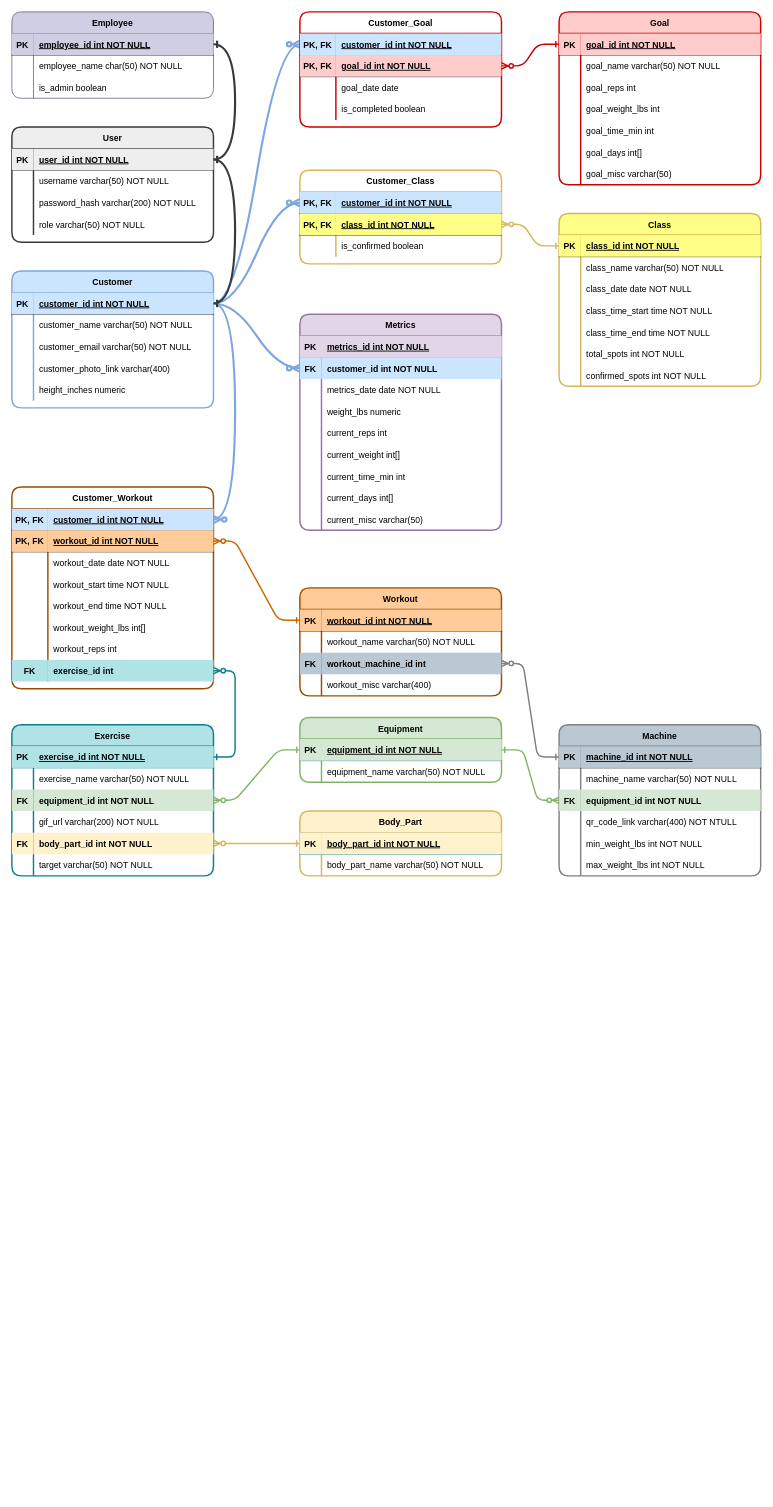
Before: WorkoutCompanion.drawio in kschuljak/kschuljak, a draw.io diagram. Source tidied: cells renumbered, new cells numbered last; positions are measured from the earlier drawing's top-left corner, leaving out a move shared by most shapes. Both pictures are drawn from the tidied source at 72%, with x=0, y=0 at pixel (12, 12).
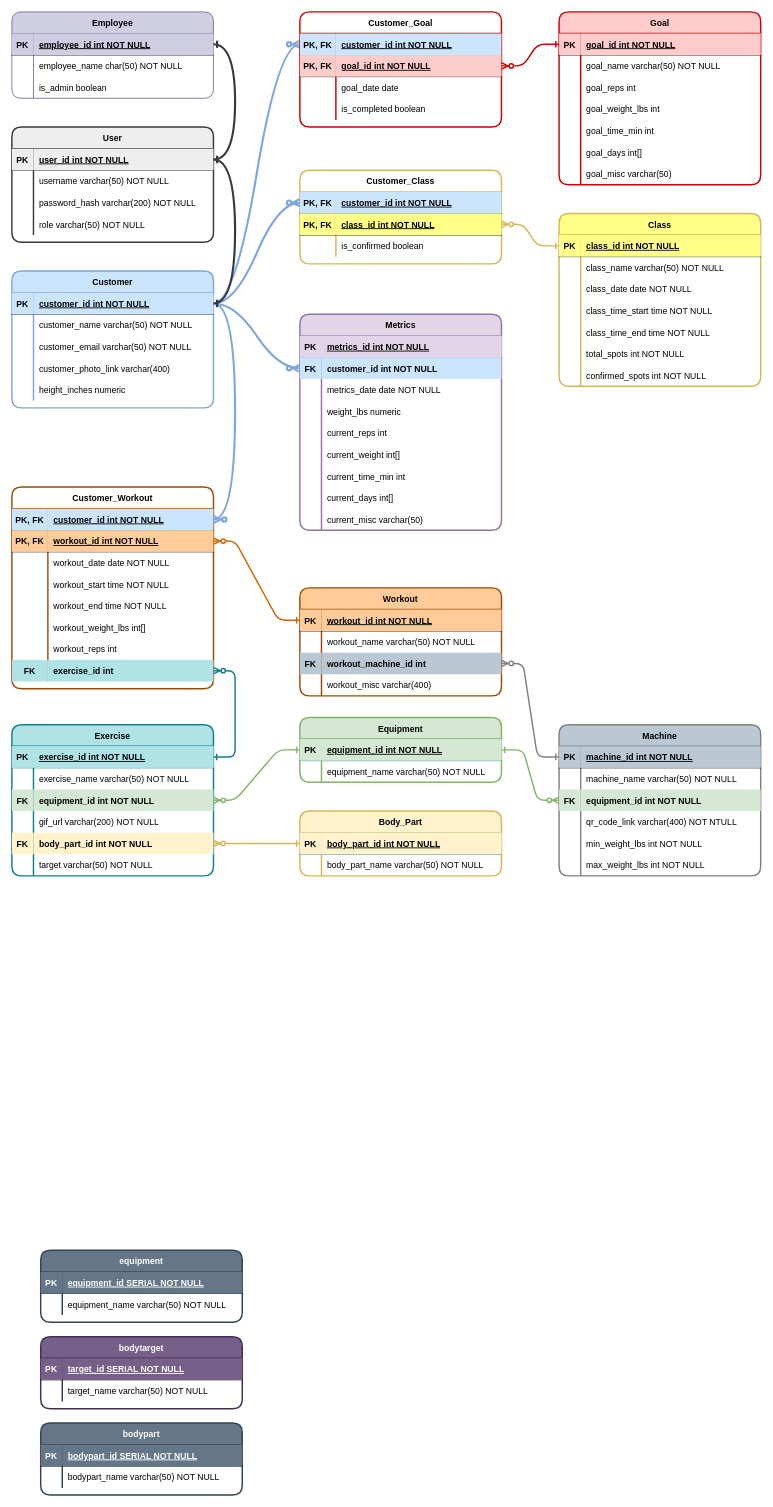
The same page after the edit.

Change to the diagram source:
```diff
@@
+    <mxCell id="240" value="equipment" style="shape=table;startSize=30;childLayout=tableLayout;rowLines=0;fontStyle=1;align=center;fillColor=#647687;strokeColor=#314354;rounded=1;strokeWidth=2;fontColor=#ffffff;" parent="1" vertex="1">
+      <mxGeometry x="40" y="1720" width="280" height="100" as="geometry" />
+    </mxCell>
+    <mxCell id="241" style="shape=partialRectangle;fillColor=none;top=0;left=0;right=0;bottom=1;" parent="240" vertex="1">
+      <mxGeometry y="30" width="280" height="30" as="geometry" />
+    </mxCell>
+    <mxCell id="242" value="PK" style="shape=partialRectangle;overflow=hidden;fillColor=#647687;top=0;left=0;bottom=0;right=0;fontStyle=1;strokeColor=#314354;fontColor=#ffffff;" parent="241" vertex="1">
+      <mxGeometry width="30" height="30" as="geometry" />
+    </mxCell>
+    <mxCell id="243" value="equipment_id SERIAL NOT NULL " style="shape=partialRectangle;overflow=hidden;fillColor=#647687;top=0;left=0;bottom=0;right=0;align=left;spacingLeft=6;fontStyle=5;strokeColor=#314354;fontColor=#ffffff;" parent="241" vertex="1">
+      <mxGeometry x="30" width="250" height="30" as="geometry" />
+    </mxCell>
+    <mxCell id="244" style="shape=partialRectangle;fillColor=none;top=0;left=0;right=0;bottom=0;" parent="240" vertex="1">
+      <mxGeometry y="60" width="280" height="30" as="geometry" />
+    </mxCell>
+    <mxCell id="245" style="shape=partialRectangle;overflow=hidden;fillColor=none;top=0;left=0;bottom=0;right=0;" parent="244" vertex="1">
+      <mxGeometry width="30" height="30" as="geometry" />
+    </mxCell>
+    <mxCell id="246" value="equipment_name varchar(50) NOT NULL" style="shape=partialRectangle;overflow=hidden;fillColor=none;top=0;left=0;bottom=0;right=0;align=left;spacingLeft=6;" parent="244" vertex="1">
+      <mxGeometry x="30" width="250" height="30" as="geometry" />
+    </mxCell>
+    <mxCell id="247" value="bodytarget" style="shape=table;startSize=30;childLayout=tableLayout;rowLines=0;fontStyle=1;align=center;fillColor=#76608a;strokeColor=#432D57;rounded=1;strokeWidth=2;fontColor=#ffffff;" parent="1" vertex="1">
+      <mxGeometry x="40" y="1840" width="280" height="100" as="geometry" />
+    </mxCell>
+    <mxCell id="248" style="shape=partialRectangle;fillColor=none;top=0;left=0;right=0;bottom=1;" parent="247" vertex="1">
+      <mxGeometry y="30" width="280" height="30" as="geometry" />
+    </mxCell>
+    <mxCell id="249" value="PK" style="shape=partialRectangle;overflow=hidden;fillColor=#76608a;top=0;left=0;bottom=0;right=0;fontStyle=1;strokeColor=#432D57;fontColor=#ffffff;" parent="248" vertex="1">
+      <mxGeometry width="30" height="30" as="geometry" />
+    </mxCell>
+    <mxCell id="250" value="target_id SERIAL NOT NULL " style="shape=partialRectangle;overflow=hidden;fillColor=#76608a;top=0;left=0;bottom=0;right=0;align=left;spacingLeft=6;fontStyle=5;strokeColor=#432D57;fontColor=#ffffff;" parent="248" vertex="1">
+      <mxGeometry x="30" width="250" height="30" as="geometry" />
+    </mxCell>
+    <mxCell id="251" style="shape=partialRectangle;fillColor=none;top=0;left=0;right=0;bottom=0;" parent="247" vertex="1">
+      <mxGeometry y="60" width="280" height="30" as="geometry" />
+    </mxCell>
+    <mxCell id="252" style="shape=partialRectangle;overflow=hidden;fillColor=none;top=0;left=0;bottom=0;right=0;" parent="251" vertex="1">
+      <mxGeometry width="30" height="30" as="geometry" />
+    </mxCell>
+    <mxCell id="253" value="target_name varchar(50) NOT NULL" style="shape=partialRectangle;overflow=hidden;fillColor=none;top=0;left=0;bottom=0;right=0;align=left;spacingLeft=6;" parent="251" vertex="1">
+      <mxGeometry x="30" width="250" height="30" as="geometry" />
+    </mxCell>
+    <mxCell id="254" value="bodypart" style="shape=table;startSize=30;childLayout=tableLayout;rowLines=0;fontStyle=1;align=center;fillColor=#647687;strokeColor=#314354;rounded=1;strokeWidth=2;fontColor=#ffffff;" parent="1" vertex="1">
+      <mxGeometry x="40" y="1960" width="280" height="100" as="geometry" />
+    </mxCell>
+    <mxCell id="255" style="shape=partialRectangle;fillColor=none;top=0;left=0;right=0;bottom=1;" parent="254" vertex="1">
+      <mxGeometry y="30" width="280" height="30" as="geometry" />
+    </mxCell>
+    <mxCell id="256" value="PK" style="shape=partialRectangle;overflow=hidden;fillColor=#647687;top=0;left=0;bottom=0;right=0;fontStyle=1;strokeColor=#314354;fontColor=#ffffff;" parent="255" vertex="1">
+      <mxGeometry width="30" height="30" as="geometry" />
+    </mxCell>
+    <mxCell id="257" value="bodypart_id SERIAL NOT NULL " style="shape=partialRectangle;overflow=hidden;fillColor=#647687;top=0;left=0;bottom=0;right=0;align=left;spacingLeft=6;fontStyle=5;strokeColor=#314354;fontColor=#ffffff;" parent="255" vertex="1">
+      <mxGeometry x="30" width="250" height="30" as="geometry" />
+    </mxCell>
+    <mxCell id="258" style="shape=partialRectangle;fillColor=none;top=0;left=0;right=0;bottom=0;" parent="254" vertex="1">
+      <mxGeometry y="60" width="280" height="30" as="geometry" />
+    </mxCell>
+    <mxCell id="259" style="shape=partialRectangle;overflow=hidden;fillColor=none;top=0;left=0;bottom=0;right=0;" parent="258" vertex="1">
+      <mxGeometry width="30" height="30" as="geometry" />
+    </mxCell>
+    <mxCell id="260" value="bodypart_name varchar(50) NOT NULL" style="shape=partialRectangle;overflow=hidden;fillColor=none;top=0;left=0;bottom=0;right=0;align=left;spacingLeft=6;" parent="258" vertex="1">
+      <mxGeometry x="30" width="250" height="30" as="geometry" />
+    </mxCell>
```
